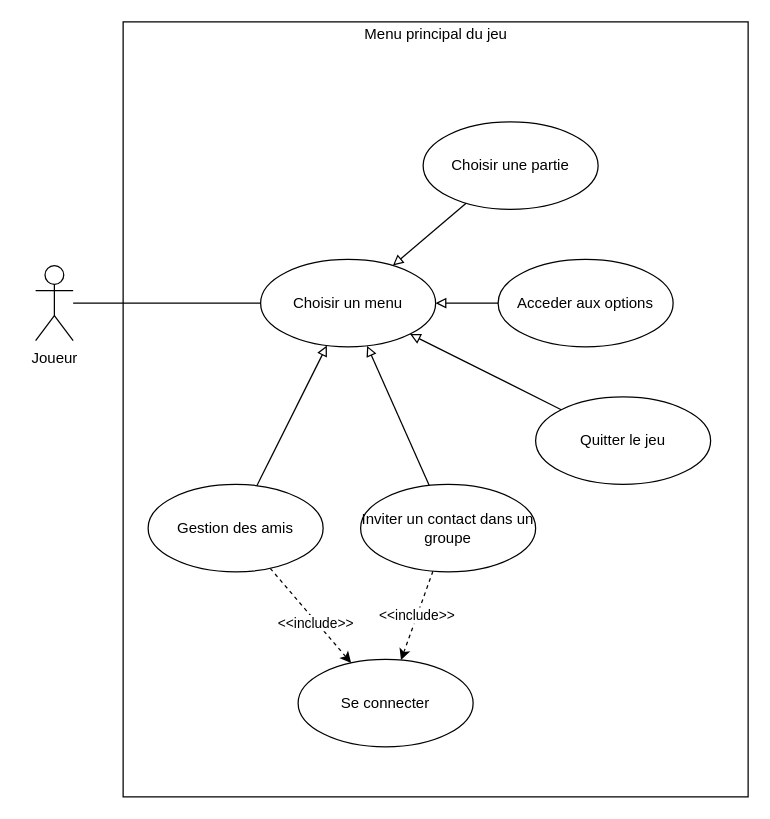
Eoloc/M1MIAGE_ProjetUML keeps this draw.io diagram as Diagrammes/Diagrammes de cas d'utilisation/Diagramme cas d'utilisation - MenuPrincipal.drawio. Above is the earlier version. Source tidied: cells renumbered, new cells numbered last; positions are measured from the earlier drawing's top-left corner, leaving out a move shared by most shapes. Both pictures are drawn from the tidied source at 125%, with x=0, y=0 at pixel (35, 21).
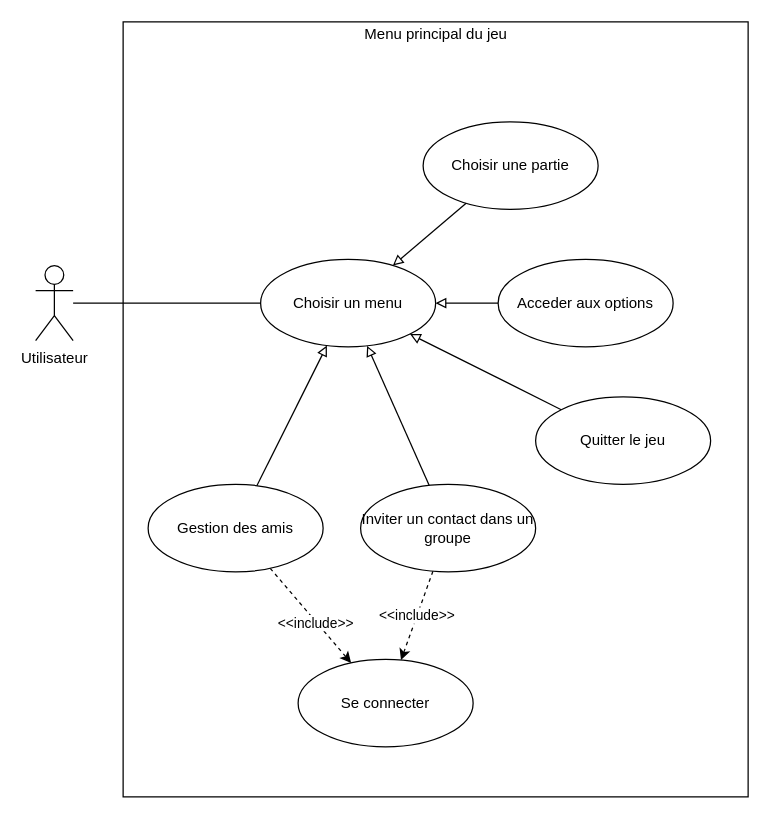
Above is the later version.

Change to the diagram source:
```diff
@@
-    <mxCell id="4" value="Joueur" style="shape=umlActor;verticalLabelPosition=bottom;verticalAlign=top;html=1;outlineConnect=0;" parent="1" vertex="1">
+    <mxCell id="4" value="Utilisateur" style="shape=umlActor;verticalLabelPosition=bottom;verticalAlign=top;html=1;outlineConnect=0;" parent="1" vertex="1">
       <mxGeometry y="195" width="30" height="60" as="geometry" />
     </mxCell>
```
